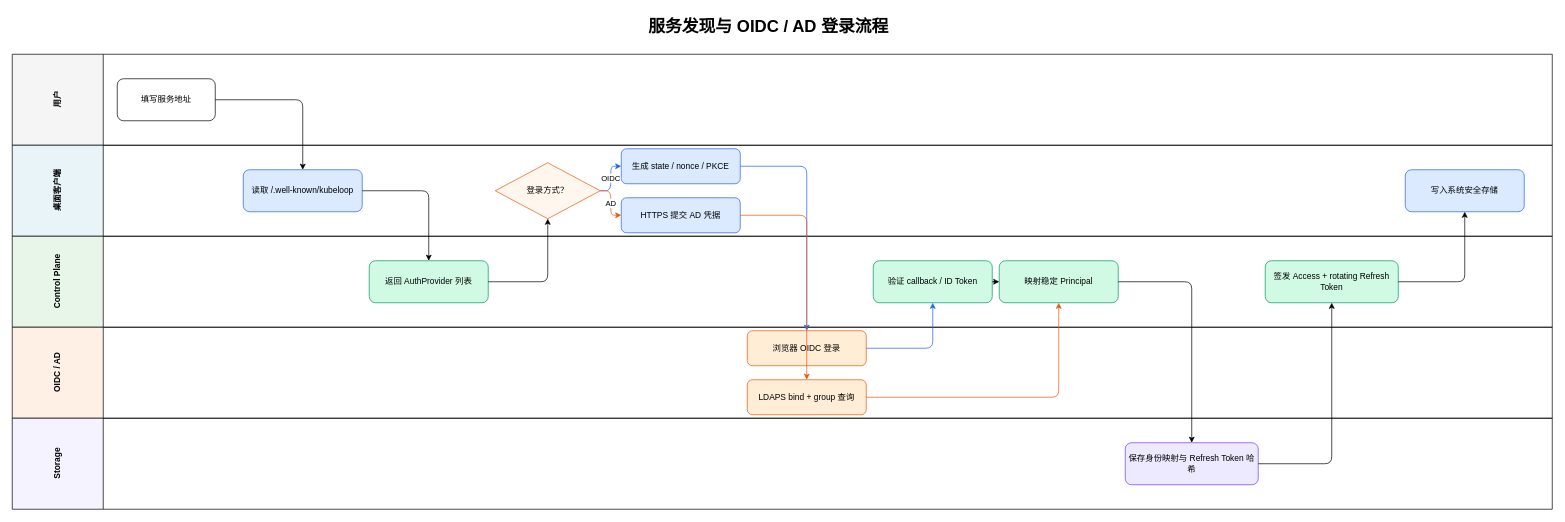
Earlier version of the draw.io diagram page "02 OIDC与AD登录" (2 of 6) of docs/diagrams/kubeloop-v2-architecture.drawio (fengqi-dev/kube-loop). Source tidied: cells renumbered, new cells numbered last; positions are measured from the earlier drawing's top-left corner, leaving out a move shared by most shapes. Both pictures are drawn from the tidied source at 70%, with x=0, y=0 at pixel (12, 12).
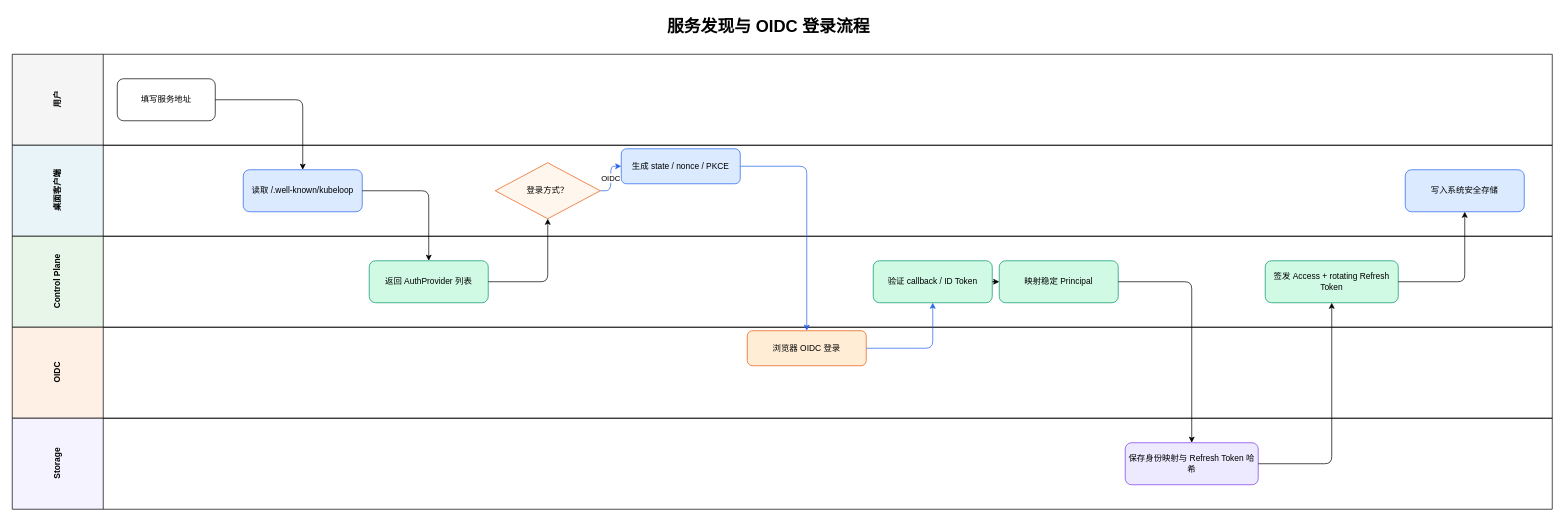
Above is the later version.

The change refers to these unchanged cells:
```xml
<mxCell id="4" value="桌面客户端" style="swimlane;horizontal=0;startSize=130;fillColor=#e8f4f8;html=1;fontStyle=1;" parent="1" vertex="1">
  <mxGeometry y="190" width="2200" height="130" as="geometry" />
</mxCell>
<mxCell id="11" value="登录方式？" style="rhombus;whiteSpace=wrap;html=1;fillColor=#fff7ed;strokeColor=#ea580c;" parent="4" vertex="1">
  <mxGeometry x="690" y="25" width="150" height="80" as="geometry" />
</mxCell>
<mxCell id="17" value="映射稳定 Principal" style="rounded=1;whiteSpace=wrap;html=1;fillColor=#d1fae5;strokeColor=#059669;" parent="5" vertex="1">
  <mxGeometry x="1410" y="35" width="170" height="60" as="geometry" />
</mxCell>
```

The edit, as a diff of the source:
```diff
@@
-    <mxCell id="2" value="服务发现与 OIDC / AD 登录流程" style="text;html=1;align=center;fontSize=24;fontStyle=1;" parent="1" vertex="1">
+    <mxCell id="2" value="服务发现与 OIDC 登录流程" style="text;html=1;align=center;fontSize=24;fontStyle=1;" parent="1" vertex="1">
       <mxGeometry x="630" width="900" height="40" as="geometry" />
     </mxCell>
@@
-    <mxCell id="6" value="OIDC / AD" style="swimlane;horizontal=0;startSize=130;fillColor=#fff0e6;html=1;fontStyle=1;" parent="1" vertex="1">
+    <mxCell id="6" value="OIDC" style="swimlane;horizontal=0;startSize=130;fillColor=#fff0e6;html=1;fontStyle=1;" parent="1" vertex="1">
       <mxGeometry y="450" width="2200" height="130" as="geometry" />
     </mxCell>
@@
-    <mxCell id="15" value="HTTPS 提交 AD 凭据" style="rounded=1;whiteSpace=wrap;html=1;fillColor=#dbeafe;strokeColor=#2563eb;" parent="4" vertex="1">
-      <mxGeometry x="870" y="75" width="170" height="50" as="geometry" />
-    </mxCell>
-    <mxCell id="16" value="LDAPS bind + group 查询" style="rounded=1;whiteSpace=wrap;html=1;fillColor=#ffedd5;strokeColor=#ea580c;" parent="6" vertex="1">
-      <mxGeometry x="1050" y="75" width="170" height="50" as="geometry" />
-    </mxCell>
@@
-    <mxCell id="27" value="AD" style="edgeStyle=orthogonalEdgeStyle;rounded=1;html=1;strokeColor=#ea580c;" parent="1" edge="1" source="11" target="15">
-      <mxGeometry relative="1" as="geometry" />
-    </mxCell>
-    <mxCell id="28" style="edgeStyle=orthogonalEdgeStyle;rounded=1;html=1;strokeColor=#ea580c;" parent="1" edge="1" source="15" target="16">
-      <mxGeometry relative="1" as="geometry" />
-    </mxCell>
-    <mxCell id="29" style="edgeStyle=orthogonalEdgeStyle;rounded=1;html=1;strokeColor=#ea580c;" parent="1" edge="1" source="16" target="17">
-      <mxGeometry relative="1" as="geometry" />
-    </mxCell>
```
